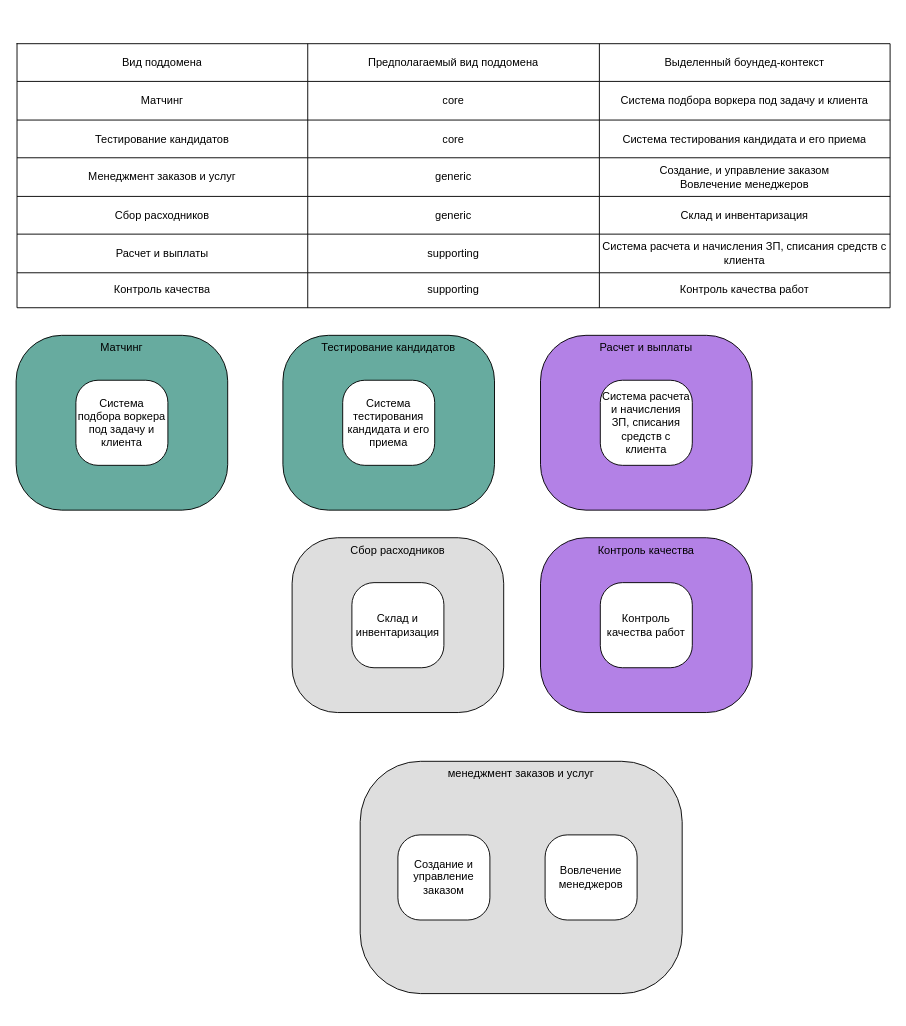
Earlier version of the draw.io diagram page "Bounded contexts with subdomains" (4 of 8) of 3hw/3hw.drawio (omichkun/system_analysis). Source tidied: cells renumbered, new cells numbered last; positions are measured from the earlier drawing's top-left corner, leaving out a move shared by most shapes. Both pictures are drawn from the tidied source at 92%, with x=0, y=0 at pixel (16, 43).
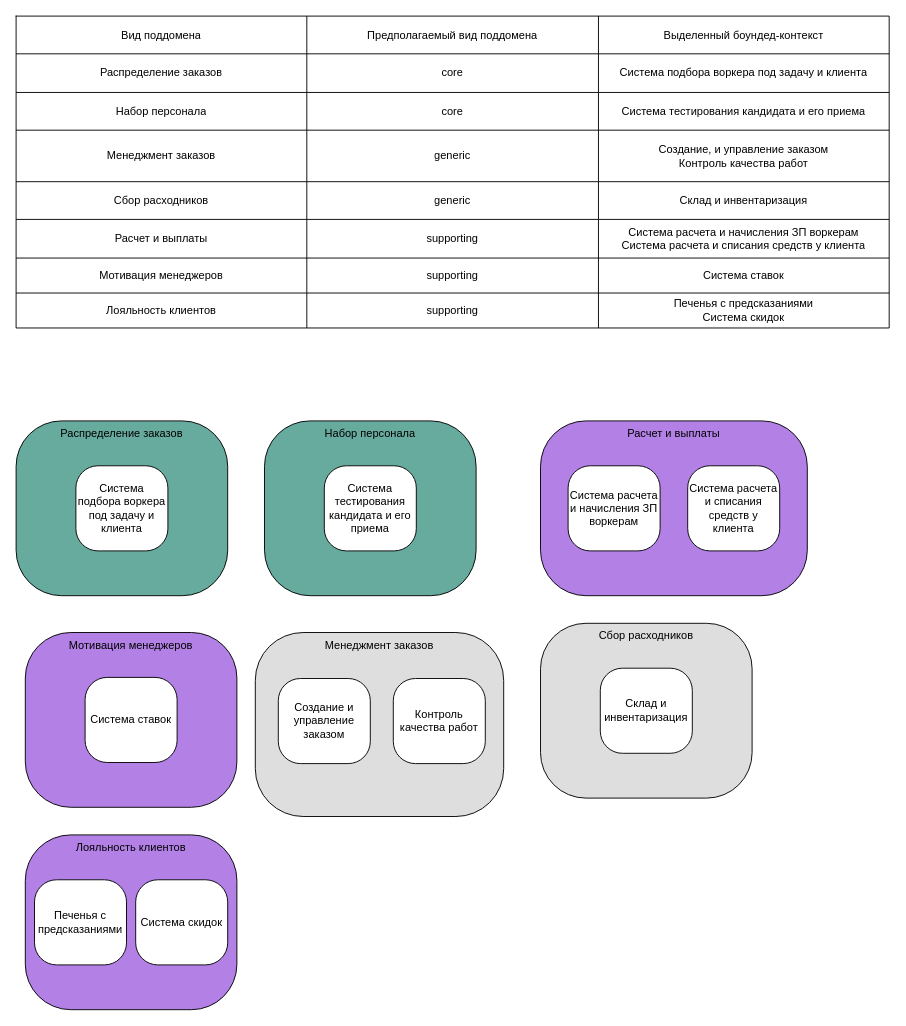
Above is the later version.

Unchanged cells that the change refers to:
```xml
<mxCell id="7" style="shape=tableRow;horizontal=0;startSize=0;swimlaneHead=0;swimlaneBody=0;strokeColor=inherit;top=0;left=0;bottom=0;right=0;fillColor=none;" parent="2" vertex="1">
  <mxGeometry y="41" width="949" height="42" as="geometry" />
</mxCell>
<mxCell id="11" style="shape=tableRow;horizontal=0;startSize=0;swimlaneHead=0;swimlaneBody=0;strokeColor=inherit;top=0;left=0;bottom=0;right=0;fillColor=none;" parent="2" vertex="1">
  <mxGeometry y="83" width="949" height="41" as="geometry" />
</mxCell>
```

Diff of the diagram source:
```diff
@@
     <mxCell id="2" style="shape=table;startSize=0;childLayout=tableLayout;" parent="1" vertex="1">
-      <mxGeometry x="1" width="949" height="287" as="geometry" />
+      <mxGeometry y="-30" width="949" height="339" as="geometry" />
     </mxCell>
@@
-    <mxCell id="8" value="Матчинг" style="shape=partialRectangle;html=1;whiteSpace=wrap;strokeColor=inherit;overflow=hidden;fillColor=none;top=0;left=0;bottom=0;right=0;" parent="7" vertex="1">
+    <mxCell id="8" value="Распределение заказов" style="shape=partialRectangle;html=1;whiteSpace=wrap;strokeColor=inherit;overflow=hidden;fillColor=none;top=0;left=0;bottom=0;right=0;" parent="7" vertex="1">
       <mxGeometry width="316" height="42" as="geometry" />
     </mxCell>
@@
-    <mxCell id="12" value="Тестирование кандидатов" style="shape=partialRectangle;html=1;whiteSpace=wrap;strokeColor=inherit;overflow=hidden;fillColor=none;top=0;left=0;bottom=0;right=0;" parent="11" vertex="1">
+    <mxCell id="12" value="Набор персонала" style="shape=partialRectangle;html=1;whiteSpace=wrap;strokeColor=inherit;overflow=hidden;fillColor=none;top=0;left=0;bottom=0;right=0;" parent="11" vertex="1">
       <mxGeometry width="316" height="41" as="geometry" />
     </mxCell>
@@
     <mxCell id="15" style="shape=tableRow;horizontal=0;startSize=0;swimlaneHead=0;swimlaneBody=0;strokeColor=inherit;top=0;left=0;bottom=0;right=0;fillColor=none;" parent="2" vertex="1">
-      <mxGeometry y="124" width="949" height="42" as="geometry" />
+      <mxGeometry y="124" width="949" height="56" as="geometry" />
     </mxCell>
-    <mxCell id="16" value="Менеджмент заказов и услуг" style="shape=partialRectangle;html=1;whiteSpace=wrap;strokeColor=inherit;overflow=hidden;fillColor=none;top=0;left=0;bottom=0;right=0;" parent="15" vertex="1">
-      <mxGeometry width="316" height="42" as="geometry" />
+    <mxCell id="16" value="Менеджмент заказов" style="shape=partialRectangle;html=1;whiteSpace=wrap;strokeColor=inherit;overflow=hidden;fillColor=none;top=0;left=0;bottom=0;right=0;" parent="15" vertex="1">
+      <mxGeometry width="316" height="56" as="geometry" />
     </mxCell>
     <mxCell id="17" value="generic" style="shape=partialRectangle;html=1;whiteSpace=wrap;strokeColor=inherit;overflow=hidden;fillColor=none;top=0;left=0;bottom=0;right=0;" parent="15" vertex="1">
-      <mxGeometry x="316" width="317" height="42" as="geometry" />
+      <mxGeometry x="316" width="317" height="56" as="geometry" />
     </mxCell>
-    <mxCell id="18" value="Создание, и управление заказом&lt;br&gt;Вовлечение менеджеров" style="shape=partialRectangle;html=1;whiteSpace=wrap;strokeColor=inherit;overflow=hidden;fillColor=none;top=0;left=0;bottom=0;right=0;" parent="15" vertex="1">
-      <mxGeometry x="633" width="316" height="42" as="geometry" />
+    <mxCell id="18" value="Создание, и управление заказом&lt;br&gt;Контроль качества работ" style="shape=partialRectangle;html=1;whiteSpace=wrap;strokeColor=inherit;overflow=hidden;fillColor=none;top=0;left=0;bottom=0;right=0;" parent="15" vertex="1">
+      <mxGeometry x="633" width="316" height="56" as="geometry" />
     </mxCell>
     <mxCell id="19" style="shape=tableRow;horizontal=0;startSize=0;swimlaneHead=0;swimlaneBody=0;strokeColor=inherit;top=0;left=0;bottom=0;right=0;fillColor=none;" parent="2" vertex="1">
-      <mxGeometry y="166" width="949" height="41" as="geometry" />
+      <mxGeometry y="180" width="949" height="41" as="geometry" />
     </mxCell>
@@
     <mxCell id="23" style="shape=tableRow;horizontal=0;startSize=0;swimlaneHead=0;swimlaneBody=0;strokeColor=inherit;top=0;left=0;bottom=0;right=0;fillColor=none;" parent="2" vertex="1">
-      <mxGeometry y="207" width="949" height="42" as="geometry" />
+      <mxGeometry y="221" width="949" height="42" as="geometry" />
     </mxCell>
@@
-    <mxCell id="26" value="Система расчета и начисления ЗП, списания средств с клиента" style="shape=partialRectangle;html=1;whiteSpace=wrap;strokeColor=inherit;overflow=hidden;fillColor=none;top=0;left=0;bottom=0;right=0;" parent="23" vertex="1">
+    <mxCell id="26" value="Система расчета и начисления ЗП воркерам&lt;br&gt;Система расчета и списания средств у клиента" style="shape=partialRectangle;html=1;whiteSpace=wrap;strokeColor=inherit;overflow=hidden;fillColor=none;top=0;left=0;bottom=0;right=0;" parent="23" vertex="1">
       <mxGeometry x="633" width="316" height="42" as="geometry" />
     </mxCell>
-    <mxCell id="27" style="shape=tableRow;horizontal=0;startSize=0;swimlaneHead=0;swimlaneBody=0;strokeColor=inherit;top=0;left=0;bottom=0;right=0;fillColor=none;" parent="2" vertex="1">
-      <mxGeometry y="249" width="949" height="38" as="geometry" />
-    </mxCell>
-    <mxCell id="28" value="Контроль качества" style="shape=partialRectangle;html=1;whiteSpace=wrap;strokeColor=inherit;overflow=hidden;fillColor=none;top=0;left=0;bottom=0;right=0;" parent="27" vertex="1">
-      <mxGeometry width="316" height="38" as="geometry" />
-    </mxCell>
-    <mxCell id="29" value="supporting" style="shape=partialRectangle;html=1;whiteSpace=wrap;strokeColor=inherit;overflow=hidden;fillColor=none;top=0;left=0;bottom=0;right=0;" parent="27" vertex="1">
-      <mxGeometry x="316" width="317" height="38" as="geometry" />
-    </mxCell>
-    <mxCell id="30" value="Контроль качества работ" style="shape=partialRectangle;html=1;whiteSpace=wrap;strokeColor=inherit;overflow=hidden;fillColor=none;top=0;left=0;bottom=0;right=0;" parent="27" vertex="1">
-      <mxGeometry x="633" width="316" height="38" as="geometry" />
-    </mxCell>
+    <mxCell id="50" style="shape=tableRow;horizontal=0;startSize=0;swimlaneHead=0;swimlaneBody=0;strokeColor=inherit;top=0;left=0;bottom=0;right=0;fillColor=none;" parent="2" vertex="1">
+      <mxGeometry y="263" width="949" height="38" as="geometry" />
+    </mxCell>
+    <mxCell id="51" value="Мотивация менеджеров" style="shape=partialRectangle;html=1;whiteSpace=wrap;strokeColor=inherit;overflow=hidden;fillColor=none;top=0;left=0;bottom=0;right=0;" parent="50" vertex="1">
+      <mxGeometry width="316" height="38" as="geometry" />
+    </mxCell>
+    <mxCell id="52" value="supporting" style="shape=partialRectangle;html=1;whiteSpace=wrap;strokeColor=inherit;overflow=hidden;fillColor=none;top=0;left=0;bottom=0;right=0;" parent="50" vertex="1">
+      <mxGeometry x="316" width="317" height="38" as="geometry" />
+    </mxCell>
+    <mxCell id="53" value="Система ставок" style="shape=partialRectangle;html=1;whiteSpace=wrap;strokeColor=inherit;overflow=hidden;fillColor=none;top=0;left=0;bottom=0;right=0;" parent="50" vertex="1">
+      <mxGeometry x="633" width="316" height="38" as="geometry" />
+    </mxCell>
+    <mxCell id="54" style="shape=tableRow;horizontal=0;startSize=0;swimlaneHead=0;swimlaneBody=0;strokeColor=inherit;top=0;left=0;bottom=0;right=0;fillColor=none;" parent="2" vertex="1">
+      <mxGeometry y="301" width="949" height="38" as="geometry" />
+    </mxCell>
+    <mxCell id="55" value="Лояльность клиентов" style="shape=partialRectangle;html=1;whiteSpace=wrap;strokeColor=inherit;overflow=hidden;fillColor=none;top=0;left=0;bottom=0;right=0;" parent="54" vertex="1">
+      <mxGeometry width="316" height="38" as="geometry" />
+    </mxCell>
+    <mxCell id="56" value="supporting" style="shape=partialRectangle;html=1;whiteSpace=wrap;strokeColor=inherit;overflow=hidden;fillColor=none;top=0;left=0;bottom=0;right=0;" parent="54" vertex="1">
+      <mxGeometry x="316" width="317" height="38" as="geometry" />
+    </mxCell>
+    <mxCell id="57" value="Печенья с предсказаниями&lt;br&gt;Система скидок" style="shape=partialRectangle;html=1;whiteSpace=wrap;strokeColor=inherit;overflow=hidden;fillColor=none;top=0;left=0;bottom=0;right=0;" parent="54" vertex="1">
+      <mxGeometry x="633" width="316" height="38" as="geometry" />
+    </mxCell>
     <mxCell id="31" style="group;" parent="1" vertex="1">
-      <mxGeometry y="317" width="230" height="190" as="geometry" />
+      <mxGeometry y="410" width="230" height="190" as="geometry" />
     </mxCell>
-    <mxCell id="32" value="Матчинг" style="whiteSpace=wrap;html=1;rounded=1;arcSize=26;verticalAlign=top;fillColor=#67AB9F;" parent="31" vertex="1">
+    <mxCell id="32" value="Распределение заказов" style="whiteSpace=wrap;html=1;rounded=1;arcSize=26;verticalAlign=top;fillColor=#67AB9F;" parent="31" vertex="1">
       <mxGeometry width="230" height="190" as="geometry" />
     </mxCell>
@@
     <mxCell id="34" style="group;" parent="1" vertex="1">
-      <mxGeometry x="290" y="317" width="230" height="190" as="geometry" />
+      <mxGeometry x="270" y="410" width="230" height="190" as="geometry" />
     </mxCell>
-    <mxCell id="35" value="Тестирование кандидатов" style="whiteSpace=wrap;html=1;rounded=1;arcSize=26;verticalAlign=top;fillColor=#67AB9F;" parent="34" vertex="1">
+    <mxCell id="35" value="Набор персонала" style="whiteSpace=wrap;html=1;rounded=1;arcSize=26;verticalAlign=top;fillColor=#67AB9F;" parent="34" vertex="1">
       <mxGeometry width="230" height="190" as="geometry" />
     </mxCell>
@@
     <mxCell id="37" style="group;" parent="1" vertex="1">
-      <mxGeometry x="374" y="780" width="350" height="252.5" as="geometry" />
+      <mxGeometry x="260" y="640" width="350" height="252.5" as="geometry" />
     </mxCell>
-    <mxCell id="38" value="менеджмент заказов и услуг" style="whiteSpace=wrap;html=1;rounded=1;arcSize=26;verticalAlign=top;fillColor=#DEDEDE;" parent="37" vertex="1">
-      <mxGeometry width="350" height="252.5" as="geometry" />
+    <mxCell id="38" value="Менеджмент заказов" style="whiteSpace=wrap;html=1;rounded=1;arcSize=26;verticalAlign=top;fillColor=#DEDEDE;" parent="37" vertex="1">
+      <mxGeometry width="270" height="200" as="geometry" />
     </mxCell>
     <mxCell id="39" value="Создание и управление заказом" style="whiteSpace=wrap;html=1;rounded=1;arcSize=26;verticalAlign=middle;" parent="37" vertex="1">
-      <mxGeometry x="41" y="80" width="100" height="92.5" as="geometry" />
+      <mxGeometry x="25" y="50" width="100" height="92.5" as="geometry" />
     </mxCell>
-    <mxCell id="40" value="Вовлечение менеджеров" style="whiteSpace=wrap;html=1;rounded=1;arcSize=26;verticalAlign=middle;" parent="37" vertex="1">
-      <mxGeometry x="201" y="80" width="100" height="92.5" as="geometry" />
-    </mxCell>
+    <mxCell id="49" value="Контроль качества работ" style="whiteSpace=wrap;html=1;rounded=1;arcSize=26;verticalAlign=middle;" parent="37" vertex="1">
+      <mxGeometry x="150" y="50" width="100" height="92.5" as="geometry" />
+    </mxCell>
     <mxCell id="41" style="group;" parent="1" vertex="1">
-      <mxGeometry x="300" y="537" width="230" height="190" as="geometry" />
+      <mxGeometry x="570" y="630" width="230" height="190" as="geometry" />
     </mxCell>
@@
     <mxCell id="44" style="group;" parent="1" vertex="1">
-      <mxGeometry x="570" y="317" width="230" height="190" as="geometry" />
+      <mxGeometry x="570" y="410" width="290" height="190" as="geometry" />
     </mxCell>
     <mxCell id="45" value="Расчет и выплаты" style="whiteSpace=wrap;html=1;rounded=1;arcSize=26;verticalAlign=top;fillColor=#B381E6;" parent="44" vertex="1">
-      <mxGeometry width="230" height="190" as="geometry" />
+      <mxGeometry width="290" height="190" as="geometry" />
     </mxCell>
-    <mxCell id="46" value="Система расчета и начисления ЗП, списания средств с клиента" style="whiteSpace=wrap;html=1;rounded=1;arcSize=26;verticalAlign=middle;" parent="44" vertex="1">
-      <mxGeometry x="65" y="48.8" width="100" height="92.5" as="geometry" />
+    <mxCell id="46" value="Система расчета и начисления ЗП воркерам" style="whiteSpace=wrap;html=1;rounded=1;arcSize=26;verticalAlign=middle;" parent="44" vertex="1">
+      <mxGeometry x="30" y="48.8" width="100" height="92.5" as="geometry" />
     </mxCell>
-    <mxCell id="47" style="group;" parent="1" vertex="1">
-      <mxGeometry x="570" y="537" width="230" height="190" as="geometry" />
-    </mxCell>
-    <mxCell id="48" value="Контроль качества" style="whiteSpace=wrap;html=1;rounded=1;arcSize=26;verticalAlign=top;fillColor=#B381E6;" parent="47" vertex="1">
-      <mxGeometry width="230" height="190" as="geometry" />
-    </mxCell>
-    <mxCell id="49" value="Контроль качества работ" style="whiteSpace=wrap;html=1;rounded=1;arcSize=26;verticalAlign=middle;" parent="47" vertex="1">
-      <mxGeometry x="65" y="48.8" width="100" height="92.5" as="geometry" />
-    </mxCell>
+    <mxCell id="58" value="Система расчета и списания средств у клиента" style="whiteSpace=wrap;html=1;rounded=1;arcSize=26;verticalAlign=middle;" parent="44" vertex="1">
+      <mxGeometry x="160" y="48.8" width="100" height="92.5" as="geometry" />
+    </mxCell>
+    <mxCell id="59" style="group;" parent="1" vertex="1">
+      <mxGeometry x="10" y="640" width="230" height="190" as="geometry" />
+    </mxCell>
+    <mxCell id="60" value="Мотивация менеджеров" style="whiteSpace=wrap;html=1;rounded=1;arcSize=26;verticalAlign=top;fillColor=#B381E6;" parent="59" vertex="1">
+      <mxGeometry width="230" height="190" as="geometry" />
+    </mxCell>
+    <mxCell id="61" value="Система ставок" style="whiteSpace=wrap;html=1;rounded=1;arcSize=26;verticalAlign=middle;" parent="59" vertex="1">
+      <mxGeometry x="65" y="48.8" width="100" height="92.5" as="geometry" />
+    </mxCell>
+    <mxCell id="62" style="group;" parent="1" vertex="1">
+      <mxGeometry x="10" y="860" width="230" height="190" as="geometry" />
+    </mxCell>
+    <mxCell id="63" value="Лояльность клиентов" style="whiteSpace=wrap;html=1;rounded=1;arcSize=26;verticalAlign=top;fillColor=#B381E6;" parent="62" vertex="1">
+      <mxGeometry width="230" height="190" as="geometry" />
+    </mxCell>
+    <mxCell id="64" value="Печенья с предсказаниями" style="whiteSpace=wrap;html=1;rounded=1;arcSize=26;verticalAlign=middle;" parent="62" vertex="1">
+      <mxGeometry x="10" y="48.8" width="100" height="92.5" as="geometry" />
+    </mxCell>
+    <mxCell id="65" value="Система скидок" style="whiteSpace=wrap;html=1;rounded=1;arcSize=26;verticalAlign=middle;" parent="62" vertex="1">
+      <mxGeometry x="120" y="48.8" width="100" height="92.5" as="geometry" />
+    </mxCell>
```
